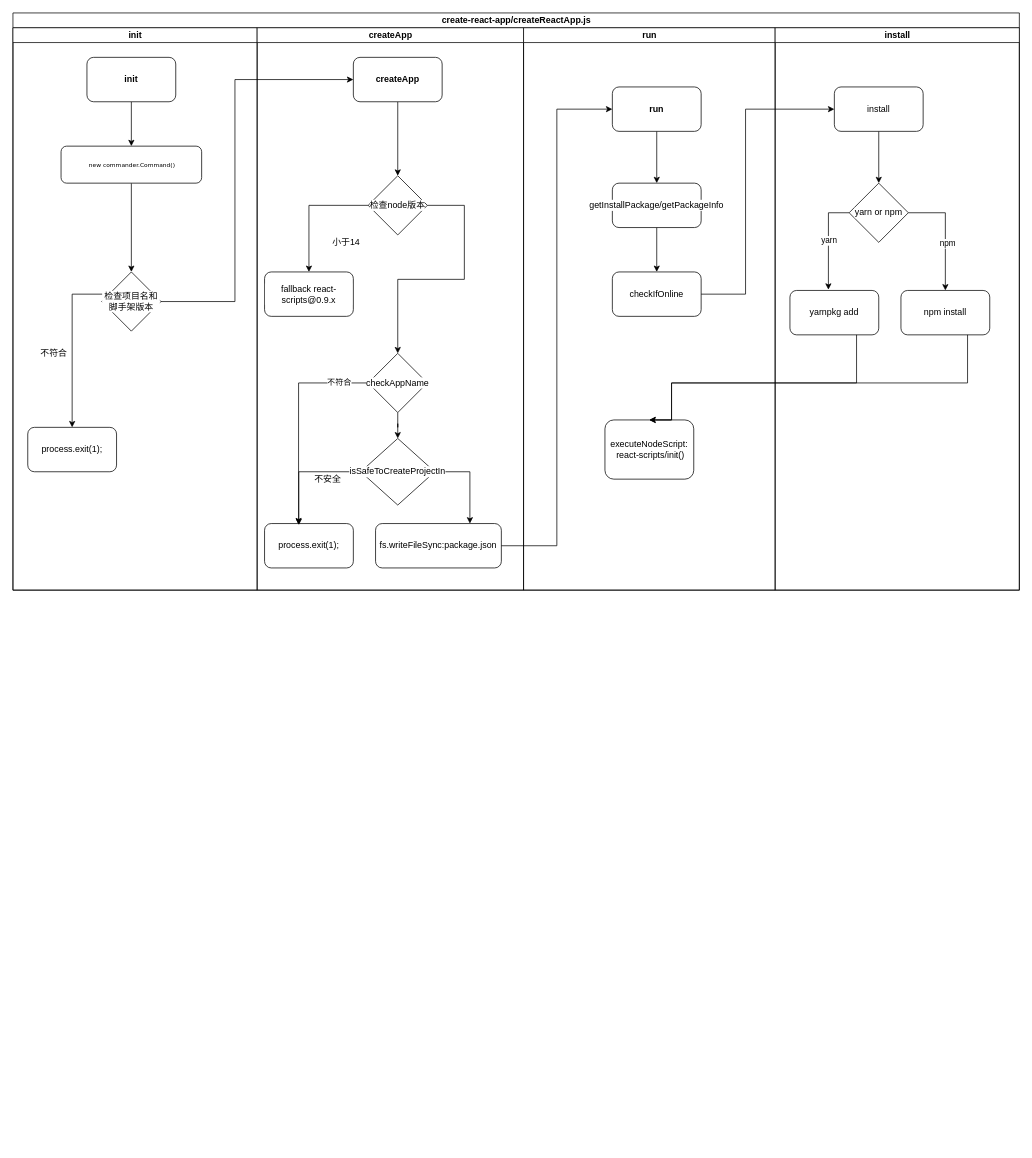
Before: cra.drawio in zzy1661/diagram, a draw.io diagram. Source tidied: cells renumbered, new cells numbered last; positions are measured from the earlier drawing's top-left corner, leaving out a move shared by most shapes. Both pictures are drawn from the tidied source at 74%, with x=0, y=0 at pixel (13, 13).
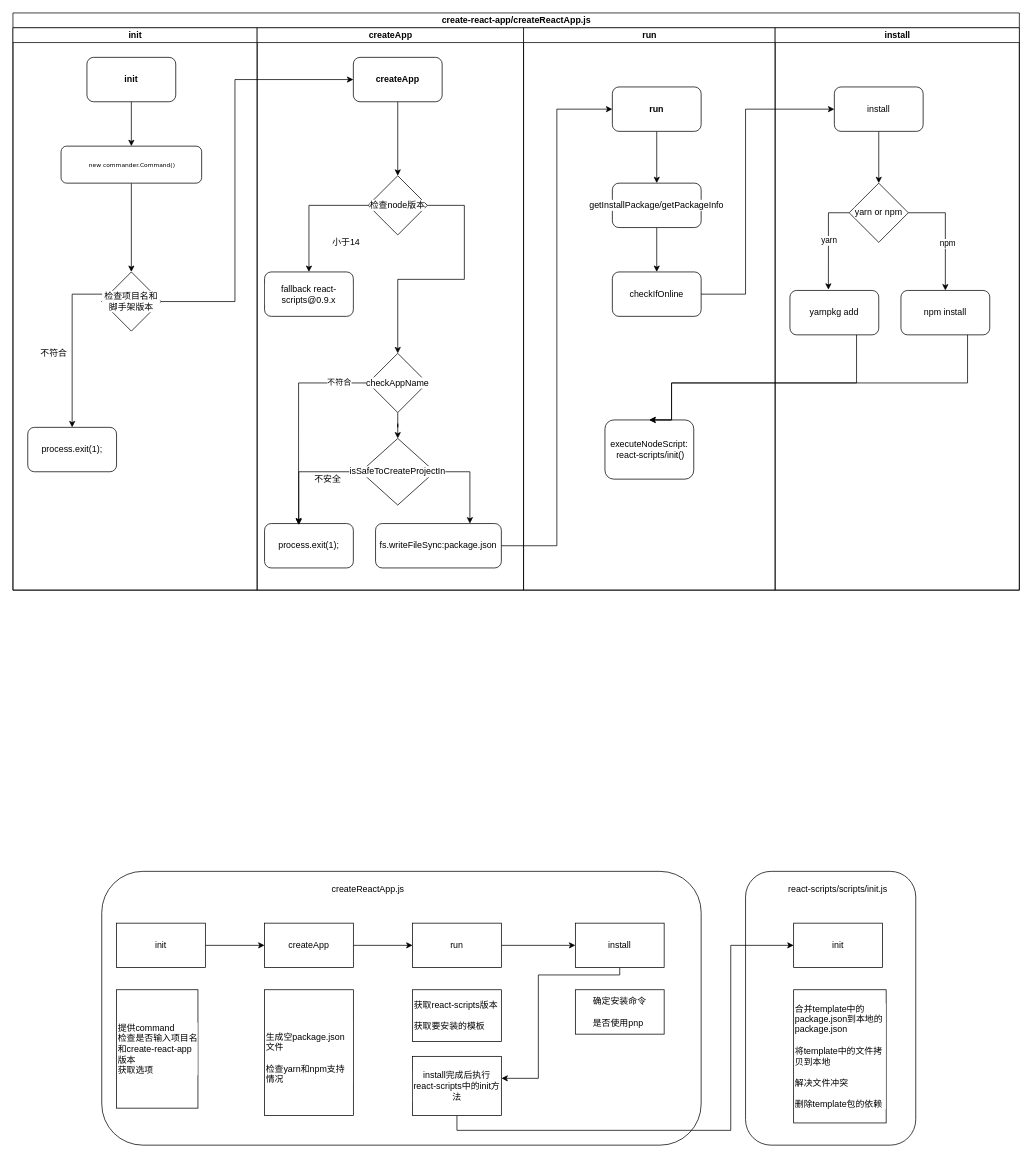
After the change.

What changed in the source:
```diff
@@
+    <mxCell id="52" style="rounded=1;whiteSpace=wrap;html=1;labelBackgroundColor=#FFFFFF;align=left;" parent="1" vertex="1">
+      <mxGeometry x="990" y="1160" width="230" height="370" as="geometry" />
+    </mxCell>
+    <mxCell id="53" style="rounded=1;whiteSpace=wrap;html=1;labelBackgroundColor=#FFFFFF;" parent="1" vertex="1">
+      <mxGeometry x="120" y="1160" width="810" height="370" as="geometry" />
+    </mxCell>
@@
+    <mxCell id="54" style="edgeStyle=orthogonalEdgeStyle;rounded=0;jettySize=auto;html=1;entryX=0;entryY=0.5;entryDx=0;entryDy=0;" parent="1" edge="1" source="55" target="58">
+      <mxGeometry relative="1" as="geometry" />
+    </mxCell>
+    <mxCell id="55" value="init" style="rounded=0;whiteSpace=wrap;html=1;labelBackgroundColor=#FFFFFF;" parent="1" vertex="1">
+      <mxGeometry x="140" y="1230" width="120" height="60" as="geometry" />
+    </mxCell>
+    <mxCell id="56" value="createReactApp.js" style="text;html=1;strokeColor=none;fillColor=none;align=center;verticalAlign=middle;whiteSpace=wrap;rounded=0;labelBackgroundColor=#FFFFFF;" parent="1" vertex="1">
+      <mxGeometry x="450" y="1170" width="60" height="30" as="geometry" />
+    </mxCell>
+    <mxCell id="57" style="edgeStyle=orthogonalEdgeStyle;rounded=0;jettySize=auto;html=1;entryX=0;entryY=0.5;entryDx=0;entryDy=0;" parent="1" edge="1" source="58" target="62">
+      <mxGeometry relative="1" as="geometry" />
+    </mxCell>
+    <mxCell id="58" value="createApp" style="rounded=0;whiteSpace=wrap;html=1;labelBackgroundColor=#FFFFFF;" parent="1" vertex="1">
+      <mxGeometry x="340" y="1230" width="120" height="60" as="geometry" />
+    </mxCell>
+    <mxCell id="59" value="&lt;span&gt;提供command&lt;br&gt;检查是否输入项目名和create-react-app版本&lt;br&gt;获取选项&lt;/span&gt;" style="rounded=0;whiteSpace=wrap;html=1;labelBackgroundColor=#FFFFFF;align=left;" parent="1" vertex="1">
+      <mxGeometry x="140" y="1320" width="110" height="160" as="geometry" />
+    </mxCell>
+    <mxCell id="60" value="&lt;br&gt;&lt;div&gt;&lt;div&gt;生成空package.json文件&lt;/div&gt;&lt;div&gt;&lt;br&gt;&lt;/div&gt;&lt;div&gt;检查yarn和npm支持情况&lt;/div&gt;&lt;/div&gt;" style="rounded=0;whiteSpace=wrap;html=1;labelBackgroundColor=#FFFFFF;align=left;" parent="1" vertex="1">
+      <mxGeometry x="340" y="1320" width="120" height="170" as="geometry" />
+    </mxCell>
+    <mxCell id="61" style="edgeStyle=orthogonalEdgeStyle;rounded=0;jettySize=auto;html=1;entryX=0;entryY=0.5;entryDx=0;entryDy=0;" parent="1" edge="1" source="62" target="65">
+      <mxGeometry relative="1" as="geometry" />
+    </mxCell>
+    <mxCell id="62" value="run" style="rounded=0;whiteSpace=wrap;html=1;labelBackgroundColor=#FFFFFF;align=center;" parent="1" vertex="1">
+      <mxGeometry x="540" y="1230" width="120" height="60" as="geometry" />
+    </mxCell>
+    <mxCell id="63" value="获取react-scripts版本&lt;br&gt;&lt;br&gt;获取要安装的模板" style="rounded=0;whiteSpace=wrap;html=1;labelBackgroundColor=#FFFFFF;align=left;" parent="1" vertex="1">
+      <mxGeometry x="540" y="1320" width="120" height="70" as="geometry" />
+    </mxCell>
+    <mxCell id="64" style="edgeStyle=orthogonalEdgeStyle;rounded=0;jettySize=auto;html=1;entryX=1.001;entryY=0.371;entryDx=0;entryDy=0;entryPerimeter=0;" parent="1" edge="1" source="65" target="67">
+      <mxGeometry relative="1" as="geometry">
+        <Array as="points">
+          <mxPoint x="820" y="1300" />
+          <mxPoint x="710" y="1300" />
+          <mxPoint x="710" y="1440" />
+        </Array>
+      </mxGeometry>
+    </mxCell>
+    <mxCell id="65" value="install" style="rounded=0;whiteSpace=wrap;html=1;labelBackgroundColor=#FFFFFF;align=center;" parent="1" vertex="1">
+      <mxGeometry x="760" y="1230" width="120" height="60" as="geometry" />
+    </mxCell>
+    <mxCell id="66" style="edgeStyle=orthogonalEdgeStyle;rounded=0;jettySize=auto;html=1;entryX=0;entryY=0.5;entryDx=0;entryDy=0;" parent="1" edge="1" source="67" target="69">
+      <mxGeometry relative="1" as="geometry">
+        <Array as="points">
+          <mxPoint x="600" y="1510" />
+          <mxPoint x="970" y="1510" />
+          <mxPoint x="970" y="1260" />
+        </Array>
+      </mxGeometry>
+    </mxCell>
+    <mxCell id="67" value="&lt;span style=&quot;text-align: left&quot;&gt;install完成后执行react-scripts中的init方法&lt;/span&gt;" style="rounded=0;whiteSpace=wrap;html=1;labelBackgroundColor=#FFFFFF;align=center;" parent="1" vertex="1">
+      <mxGeometry x="540" y="1410" width="120" height="80" as="geometry" />
+    </mxCell>
+    <mxCell id="68" value="&lt;div style=&quot;text-align: left&quot;&gt;确定安装命令&lt;/div&gt;&lt;div style=&quot;text-align: left&quot;&gt;&lt;br&gt;&lt;/div&gt;&lt;div style=&quot;text-align: left&quot;&gt;是否使用pnp&lt;/div&gt;" style="rounded=0;whiteSpace=wrap;html=1;labelBackgroundColor=#FFFFFF;align=center;" parent="1" vertex="1">
+      <mxGeometry x="760" y="1320" width="120" height="60" as="geometry" />
+    </mxCell>
+    <mxCell id="69" value="init" style="rounded=0;whiteSpace=wrap;html=1;labelBackgroundColor=#FFFFFF;align=center;" parent="1" vertex="1">
+      <mxGeometry x="1055" y="1230" width="120" height="60" as="geometry" />
+    </mxCell>
+    <mxCell id="70" value="react-scripts/scripts/init.js" style="text;html=1;strokeColor=none;fillColor=none;align=center;verticalAlign=middle;whiteSpace=wrap;rounded=0;labelBackgroundColor=#FFFFFF;" parent="1" vertex="1">
+      <mxGeometry x="1015" y="1175" width="200" height="20" as="geometry" />
+    </mxCell>
+    <mxCell id="71" value="合并template中的package.json到本地的package.json&lt;br&gt;&lt;br&gt;将template中的文件拷贝到本地&lt;br&gt;&lt;br&gt;解决文件冲突&lt;br&gt;&lt;br&gt;删除template包的依赖" style="rounded=0;whiteSpace=wrap;html=1;labelBackgroundColor=#FFFFFF;align=left;" parent="1" vertex="1">
+      <mxGeometry x="1055" y="1320" width="125" height="180" as="geometry" />
+    </mxCell>
```
